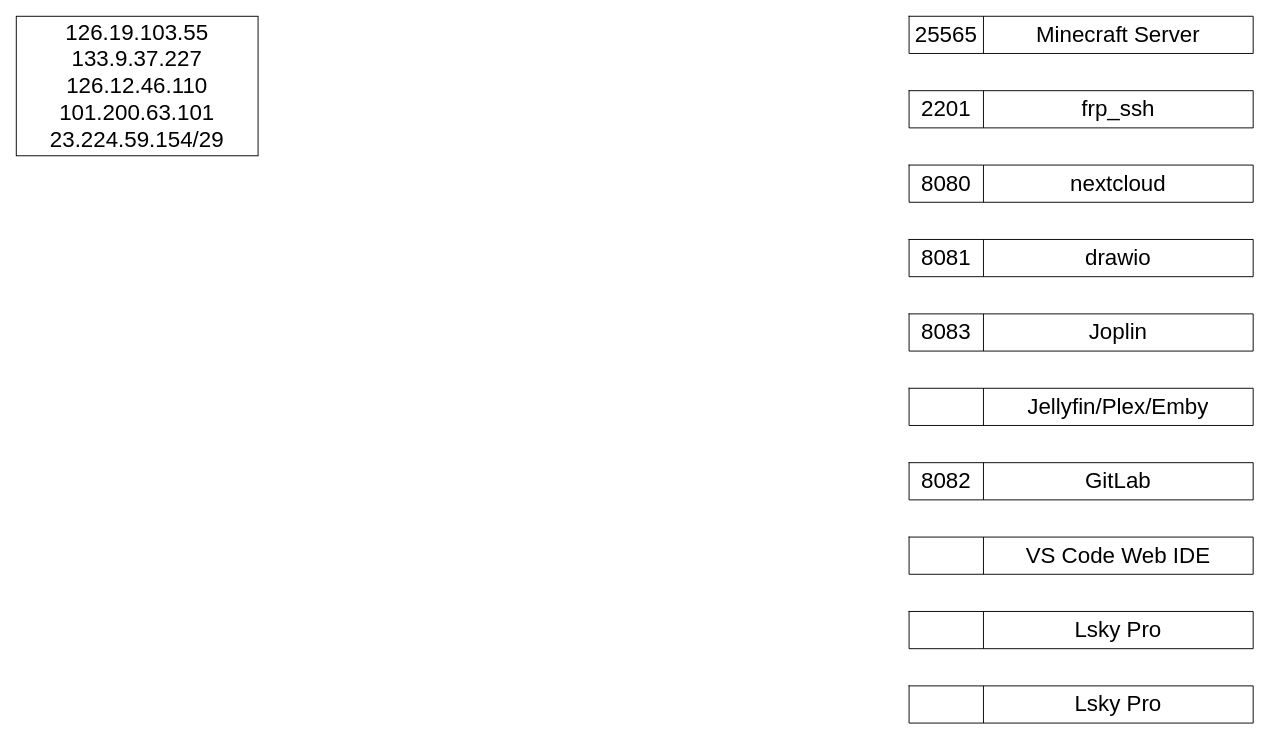
Above: 未命名绘图.drawio in CharlesHJC/CICD (draw.io), before the change. Source tidied: cells renumbered, new cells numbered last; positions are measured from the earlier drawing's top-left corner, leaving out a move shared by most shapes. Both pictures are drawn from the tidied source at 93%, with x=0, y=0 at pixel (16, 16).
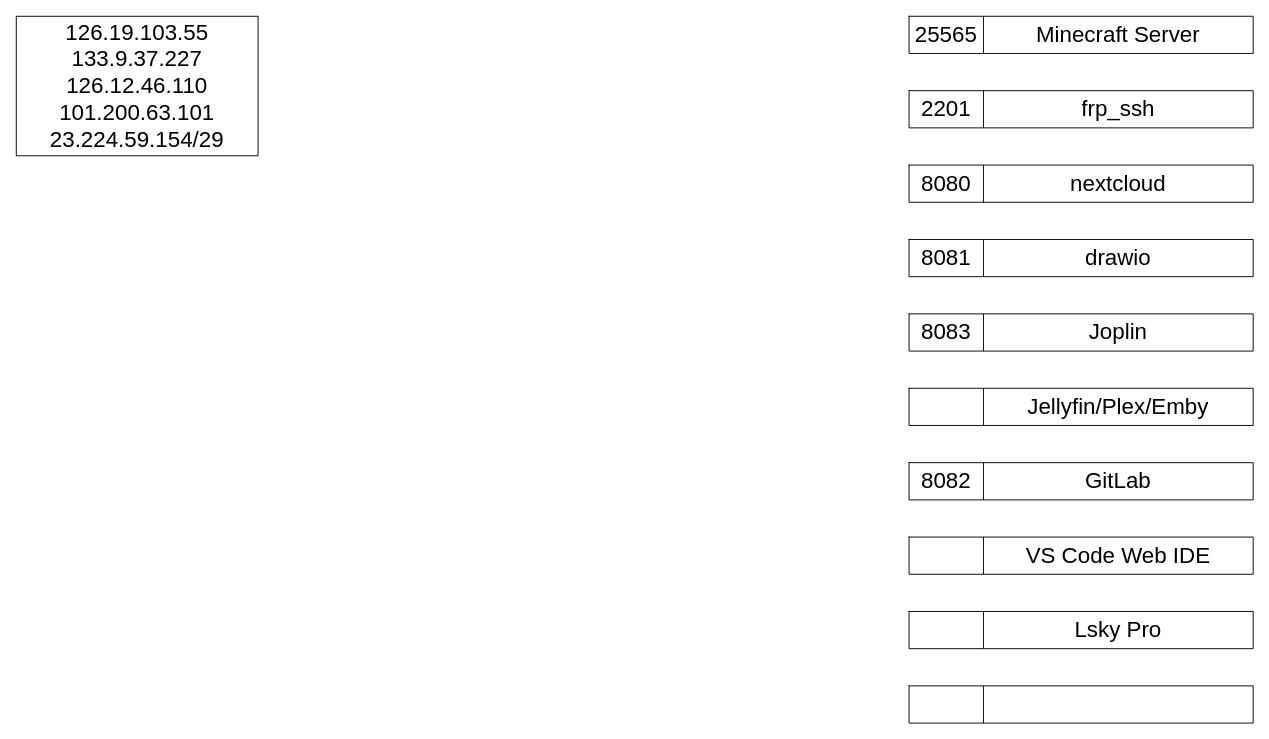
The same diagram, later.

Commit message:
更新未命名绘图.drawio

Unchanged cells that the change refers to:
```xml
<mxCell id="39" style="shape=tableRow;horizontal=0;startSize=0;swimlaneHead=0;swimlaneBody=0;top=0;left=0;bottom=0;right=0;fillColor=none;fontSize=24;" parent="38" vertex="1">
  <mxGeometry width="370" height="40" as="geometry" />
</mxCell>
```

Diff of the diagram source:
```diff
@@
-    <mxCell id="41" value="Lsky Pro" style="shape=partialRectangle;html=1;whiteSpace=wrap;overflow=hidden;fillColor=none;top=0;left=0;bottom=0;right=0;fontSize=24;" parent="39" vertex="1">
+    <mxCell id="41" style="shape=partialRectangle;html=1;whiteSpace=wrap;overflow=hidden;fillColor=none;top=0;left=0;bottom=0;right=0;fontSize=24;" parent="39" vertex="1">
       <mxGeometry x="80" width="290" height="40" as="geometry" />
     </mxCell>
```
